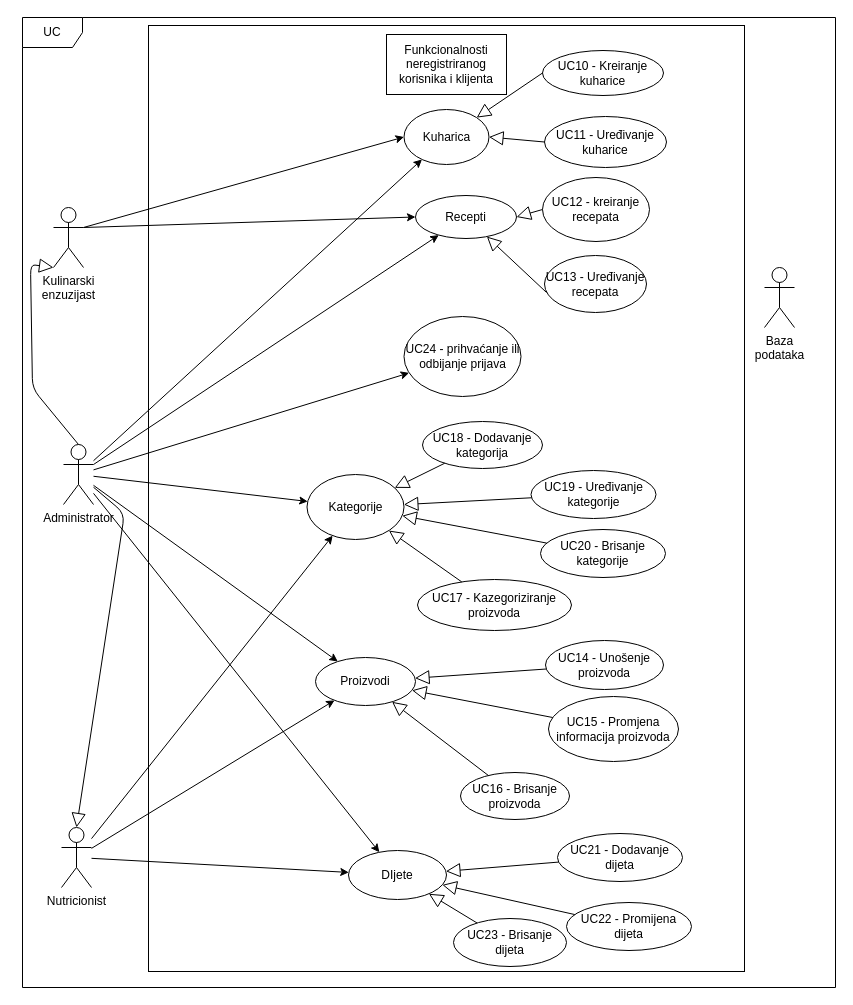
glatkobrasno/wall-e-zohari keeps this draw.io diagram as Dokumentacija/Dijagrami/DijagramObrazacaUporabeKulinarskogEntuzijastaINutricionista.drawio. Above is the earlier version. Source tidied: cells renumbered, new cells numbered last; positions are measured from the earlier drawing's top-left corner, leaving out a move shared by most shapes. Both pictures are drawn from the tidied source at 100%, with x=0, y=0 at pixel (22, 17).
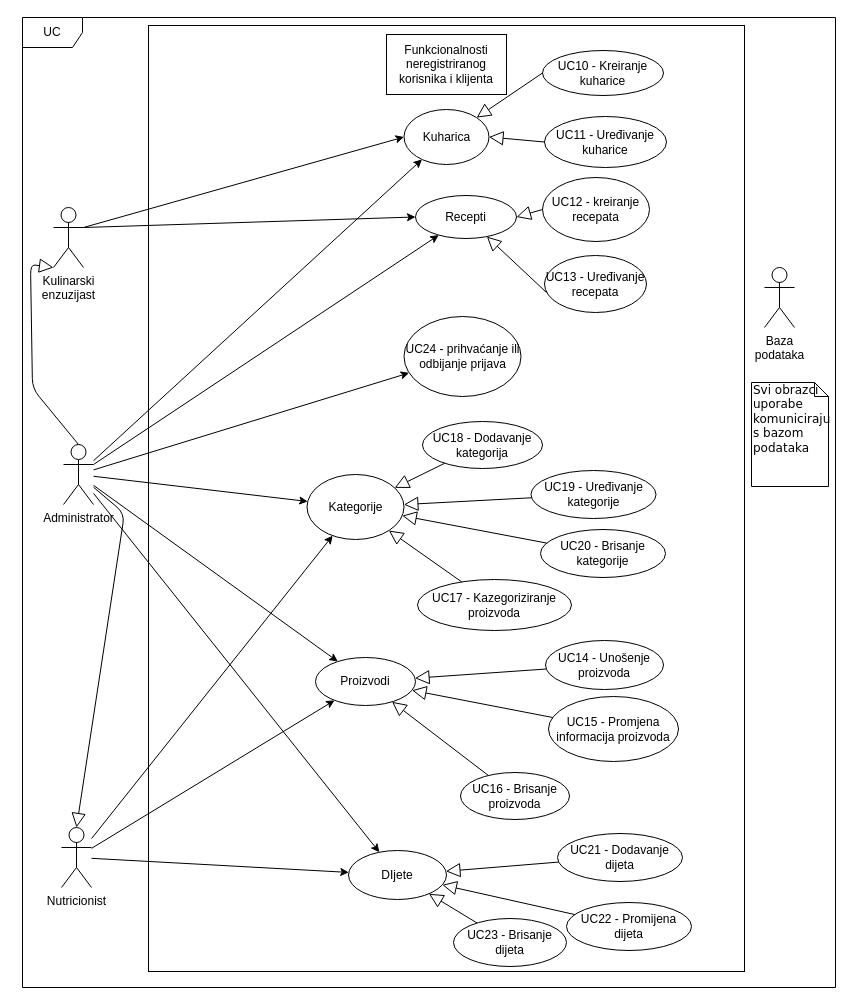
The same page after the edit.

The edit, as a diff of the source:
```diff
@@
+    <mxCell id="56" value="Svi obrazci uporabe komuniciraju s bazom podataka" style="shape=note;whiteSpace=wrap;html=1;size=14;verticalAlign=top;align=left;spacingTop=-6;rounded=0;shadow=0;comic=0;labelBackgroundColor=none;strokeWidth=1;fontFamily=Verdana;fontSize=12;" parent="1" vertex="1">
+      <mxGeometry x="729" y="365" width="77" height="104" as="geometry" />
+    </mxCell>
```
